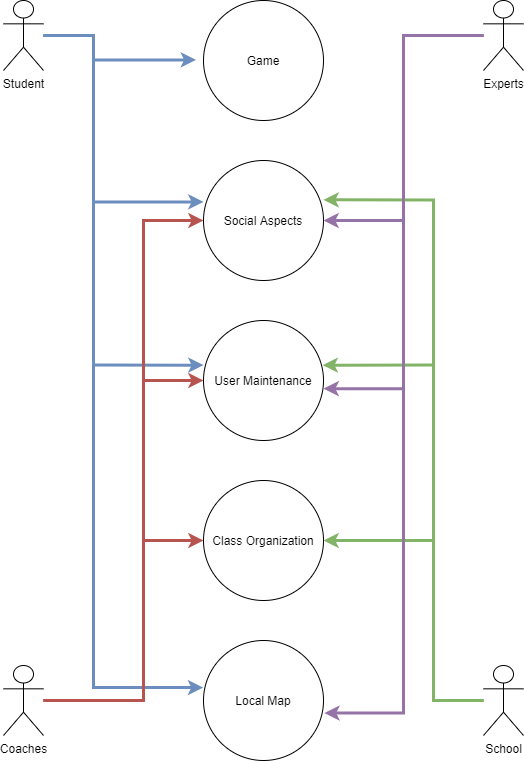
This is Use Cases.png from Hanandrof/Group-3-Repository, a draw.io export, as it was before one commit. Source tidied: cells renumbered, new cells last; positions are measured from the earlier drawing's top-left corner, leaving out a move shared by most shapes.
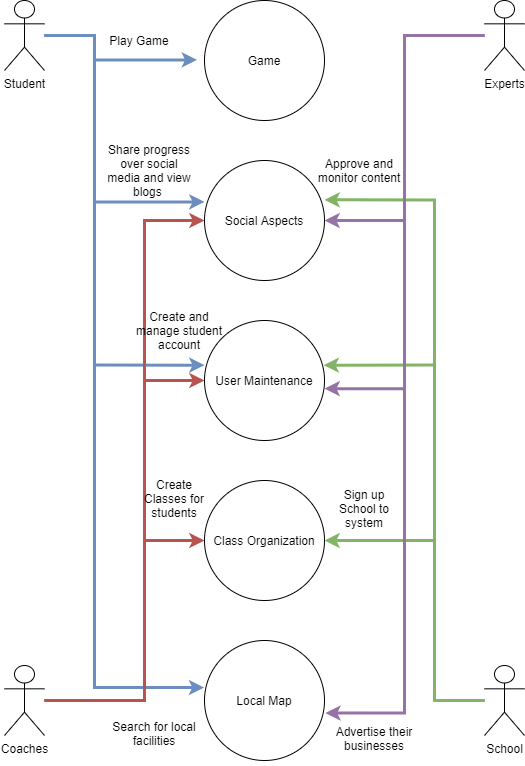
The same file after the commit.

Diff of the diagram source:
```diff
@@ -118,5 +118,29 @@
     <mxCell id="23" value="Local Map" style="ellipse;whiteSpace=wrap;html=1;" parent="1" vertex="1">
       <mxGeometry x="200" y="640" width="120" height="120" as="geometry" />
     </mxCell>
+    <mxCell id="24" value="Play Game" style="text;html=1;strokeColor=none;fillColor=none;align=center;verticalAlign=middle;whiteSpace=wrap;rounded=0;" parent="1" vertex="1">
+      <mxGeometry x="90" y="20" width="90" height="40" as="geometry" />
+    </mxCell>
+    <mxCell id="25" value="Share progress over social media and view blogs&amp;nbsp;" style="text;html=1;strokeColor=none;fillColor=none;align=center;verticalAlign=middle;whiteSpace=wrap;rounded=0;" parent="1" vertex="1">
+      <mxGeometry x="100" y="150" width="90" height="40" as="geometry" />
+    </mxCell>
+    <mxCell id="26" value="Approve and monitor content" style="text;html=1;strokeColor=none;fillColor=none;align=center;verticalAlign=middle;whiteSpace=wrap;rounded=0;" parent="1" vertex="1">
+      <mxGeometry x="310" y="150" width="90" height="40" as="geometry" />
+    </mxCell>
+    <mxCell id="27" value="Create Classes for students" style="text;html=1;strokeColor=none;fillColor=none;align=center;verticalAlign=middle;whiteSpace=wrap;rounded=0;" parent="1" vertex="1">
+      <mxGeometry x="130" y="470" width="80" height="55" as="geometry" />
+    </mxCell>
+    <mxCell id="28" value="Sign up School to system" style="text;html=1;strokeColor=none;fillColor=none;align=center;verticalAlign=middle;whiteSpace=wrap;rounded=0;" parent="1" vertex="1">
+      <mxGeometry x="320" y="480" width="80" height="55" as="geometry" />
+    </mxCell>
+    <mxCell id="29" value="Search for local facilities" style="text;html=1;strokeColor=none;fillColor=none;align=center;verticalAlign=middle;whiteSpace=wrap;rounded=0;" parent="1" vertex="1">
+      <mxGeometry x="100" y="705" width="100" height="55" as="geometry" />
+    </mxCell>
+    <mxCell id="30" value="Advertise their businesses" style="text;html=1;strokeColor=none;fillColor=none;align=center;verticalAlign=middle;whiteSpace=wrap;rounded=0;" parent="1" vertex="1">
+      <mxGeometry x="320" y="710" width="100" height="55" as="geometry" />
+    </mxCell>
+    <mxCell id="31" value="Create and manage student account" style="text;html=1;strokeColor=none;fillColor=none;align=center;verticalAlign=middle;whiteSpace=wrap;rounded=0;" parent="1" vertex="1">
+      <mxGeometry x="130" y="300" width="90" height="60" as="geometry" />
+    </mxCell>
   </root>
 </mxGraphModel>
```
